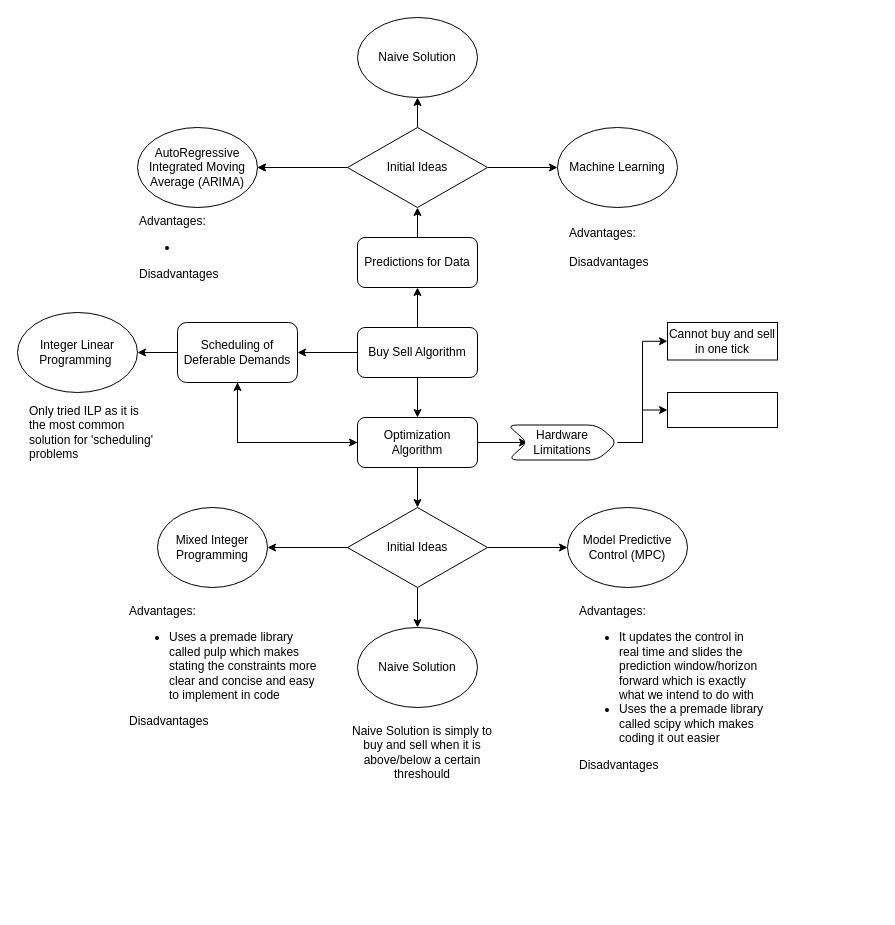
This is Untitled Diagram.drawio from chinjyanson/SmartGrid, a draw.io file, before an edit. Source tidied: cells renumbered, new cells numbered last; positions are measured from the earlier drawing's top-left corner, leaving out a move shared by most shapes. Both pictures are drawn from the tidied source at 100%, with x=0, y=0 at pixel (17, 17).
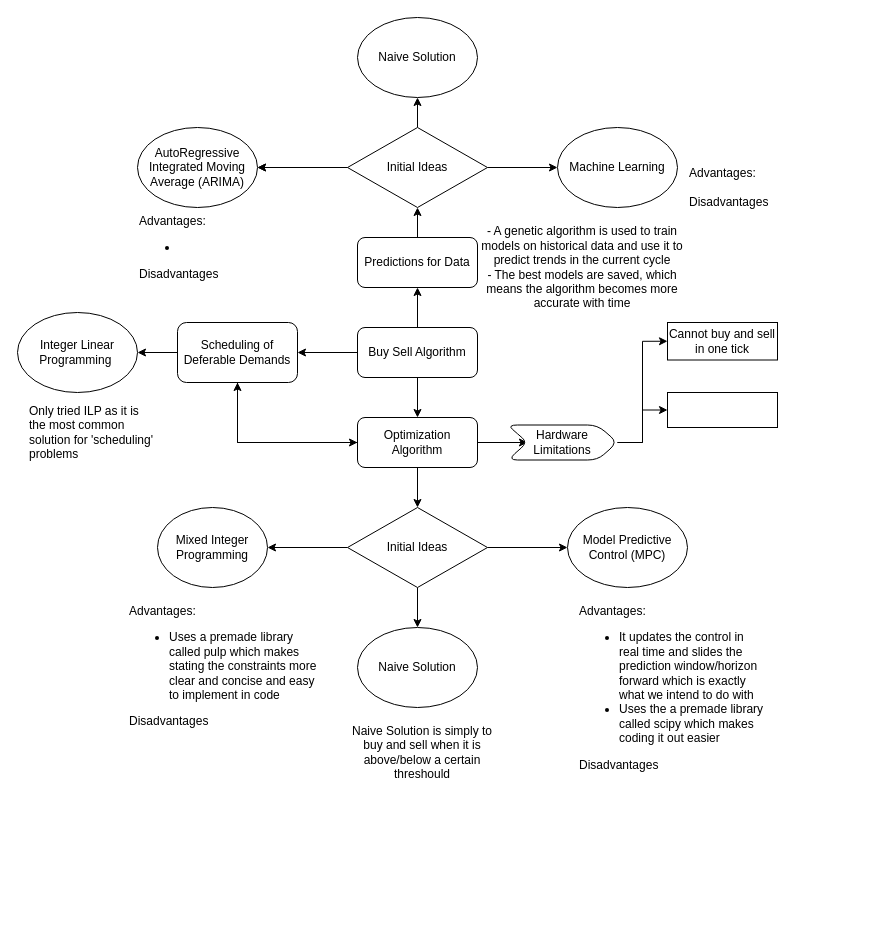
After the change.

The edit, as a diff of the source:
```diff
@@
     <mxCell id="39" value="Advantages:&lt;div&gt;&lt;br&gt;&lt;/div&gt;&lt;div style=&quot;&quot;&gt;Disadvantages&lt;/div&gt;" style="text;html=1;align=left;verticalAlign=middle;whiteSpace=wrap;rounded=0;" parent="1" vertex="1">
-      <mxGeometry x="550" y="200" width="190" height="60" as="geometry" />
+      <mxGeometry x="670" y="140" width="190" height="60" as="geometry" />
     </mxCell>
@@
+    <mxCell id="42" value="&lt;div&gt;- A genetic algorithm is used to train models on historical data and use it to predict trends in the current cycle&lt;br&gt;&lt;/div&gt;&lt;div&gt;- The best models are saved, which means the algorithm becomes more accurate with time&lt;br&gt;&lt;/div&gt;" style="text;html=1;align=center;verticalAlign=middle;whiteSpace=wrap;rounded=0;" parent="1" vertex="1">
+      <mxGeometry x="460" y="205" width="210" height="90" as="geometry" />
+    </mxCell>
```
